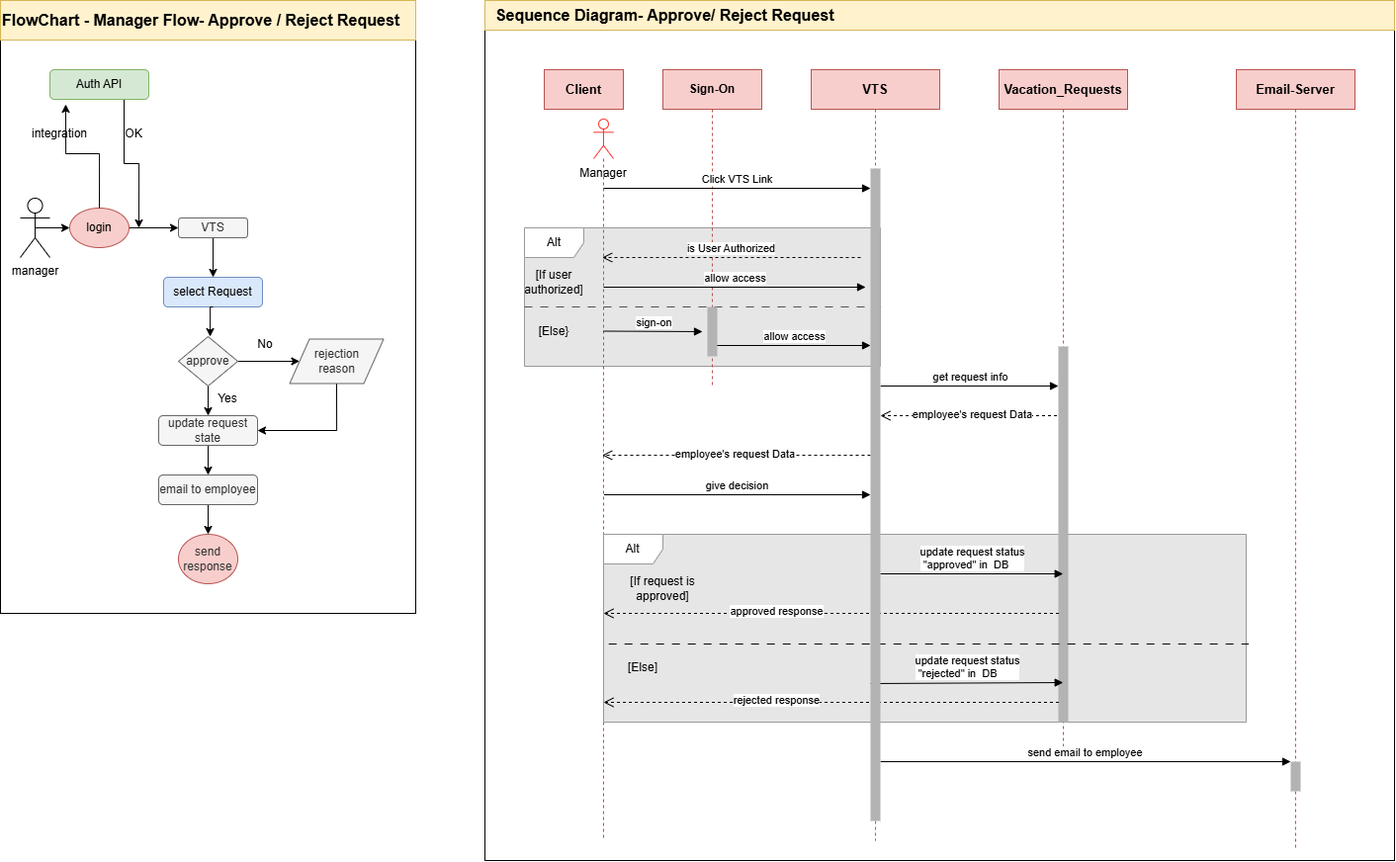
Earlier version of the draw.io export images/VTS-approve request.png (Radwa-Kelany/task1-VTS). Source tidied: cells renumbered, new cells last; positions are measured from the earlier drawing's top-left corner, leaving out a move shared by most shapes.
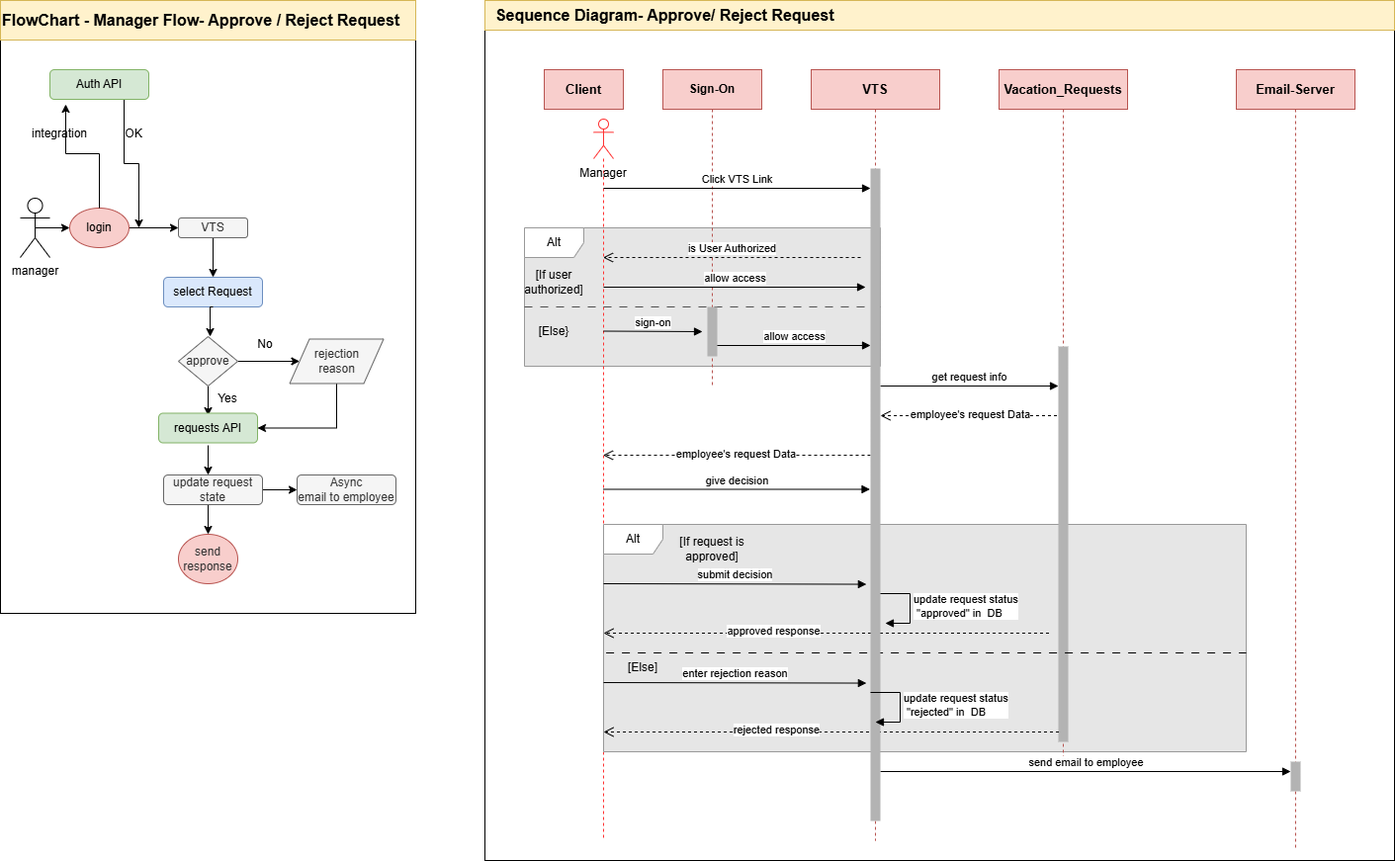
After the commit.

What changed in the source:
```diff
@@ -51,8 +51,10 @@
     <mxCell id="16" value="&lt;b&gt;&lt;font style=&quot;font-size: 16px;&quot;&gt;FlowChart - Manager Flow- Approve / Reject Request&lt;/font&gt;&lt;/b&gt;" style="rounded=0;whiteSpace=wrap;html=1;align=left;fillColor=#fff2cc;strokeColor=#d6b656;" parent="1" vertex="1">
       <mxGeometry width="420" height="40" as="geometry" />
     </mxCell>
-    <mxCell id="17" style="edgeStyle=orthogonalEdgeStyle;rounded=0;jettySize=auto;html=1;exitX=0.5;exitY=1;exitDx=0;exitDy=0;entryX=0.5;entryY=0;entryDx=0;entryDy=0;" parent="1" edge="1" source="19" target="21">
-      <mxGeometry relative="1" as="geometry" />
+    <mxCell id="17" style="edgeStyle=orthogonalEdgeStyle;rounded=0;jettySize=auto;html=1;exitX=0.5;exitY=1;exitDx=0;exitDy=0;entryX=0.5;entryY=0;entryDx=0;entryDy=0;" parent="1" edge="1" source="19">
+      <mxGeometry relative="1" as="geometry">
+        <mxPoint x="210" y="420" as="targetPoint" />
+      </mxGeometry>
     </mxCell>
     <mxCell id="18" style="edgeStyle=orthogonalEdgeStyle;rounded=0;jettySize=auto;html=1;exitX=1;exitY=0.5;exitDx=0;exitDy=0;" parent="1" edge="1" source="19" target="23">
       <mxGeometry relative="1" as="geometry" />
@@ -60,24 +62,23 @@
     <mxCell id="19" value="approve" style="rhombus;whiteSpace=wrap;html=1;fillColor=#f5f5f5;fontColor=#333333;strokeColor=#666666;" parent="1" vertex="1">
       <mxGeometry x="180" y="340" width="60" height="50" as="geometry" />
     </mxCell>
-    <mxCell id="20" style="edgeStyle=orthogonalEdgeStyle;rounded=0;jettySize=auto;html=1;exitX=0.5;exitY=1;exitDx=0;exitDy=0;entryX=0.5;entryY=0;entryDx=0;entryDy=0;" parent="1" edge="1" source="21" target="25">
-      <mxGeometry relative="1" as="geometry" />
+    <mxCell id="20" style="edgeStyle=orthogonalEdgeStyle;rounded=0;orthogonalLoop=1;jettySize=auto;html=1;exitX=0.5;exitY=1;exitDx=0;exitDy=0;entryX=0.5;entryY=0;entryDx=0;entryDy=0;" parent="1" edge="1">
+      <mxGeometry relative="1" as="geometry">
+        <mxPoint x="210" y="450" as="sourcePoint" />
+        <mxPoint x="210" y="480" as="targetPoint" />
+      </mxGeometry>
     </mxCell>
-    <mxCell id="21" value="update request state" style="rounded=1;whiteSpace=wrap;html=1;fillColor=#f5f5f5;fontColor=#333333;strokeColor=#666666;" parent="1" vertex="1">
-      <mxGeometry x="160" y="420" width="100" height="30" as="geometry" />
-    </mxCell>
-    <mxCell id="22" style="edgeStyle=orthogonalEdgeStyle;rounded=0;jettySize=auto;html=1;exitX=0.5;exitY=1;exitDx=0;exitDy=0;entryX=1;entryY=0.5;entryDx=0;entryDy=0;" parent="1" edge="1" source="23" target="21">
-      <mxGeometry relative="1" as="geometry" />
-    </mxCell>
+    <mxCell id="68" style="edgeStyle=orthogonalEdgeStyle;rounded=0;jettySize=auto;html=1;exitX=0.5;exitY=1;exitDx=0;exitDy=0;entryX=1;entryY=0.5;entryDx=0;entryDy=0;" parent="1" edge="1" source="23" target="69">
+      <mxGeometry relative="1" as="geometry" />
+    </mxCell>
     <mxCell id="23" value="&lt;div&gt;rejection&lt;/div&gt;&lt;div&gt;reason&lt;/div&gt;" style="shape=parallelogram;perimeter=parallelogramPerimeter;whiteSpace=wrap;html=1;fixedSize=1;fillColor=#f5f5f5;fontColor=#333333;strokeColor=#666666;" parent="1" vertex="1">
       <mxGeometry x="292.5" y="342.5" width="95" height="45" as="geometry" />
     </mxCell>
-    <mxCell id="24" style="edgeStyle=orthogonalEdgeStyle;rounded=0;jettySize=auto;html=1;exitX=0.5;exitY=1;exitDx=0;exitDy=0;entryX=0.5;entryY=0;entryDx=0;entryDy=0;" parent="1" edge="1" source="25" target="67">
-      <mxGeometry relative="1" as="geometry" />
+    <mxCell id="24" style="edgeStyle=orthogonalEdgeStyle;rounded=0;jettySize=auto;html=1;exitX=0.5;exitY=1;exitDx=0;exitDy=0;entryX=0.5;entryY=0;entryDx=0;entryDy=0;" parent="1" edge="1" target="67">
+      <mxGeometry relative="1" as="geometry">
+        <mxPoint x="210" y="510" as="sourcePoint" />
+      </mxGeometry>
     </mxCell>
-    <mxCell id="25" value="email to employee" style="rounded=1;whiteSpace=wrap;html=1;fillColor=#f5f5f5;fontColor=#333333;strokeColor=#666666;" parent="1" vertex="1">
-      <mxGeometry x="160" y="480" width="100" height="30" as="geometry" />
-    </mxCell>
     <mxCell id="26" value="No" style="text;html=1;whiteSpace=wrap;strokeColor=none;fillColor=none;align=center;verticalAlign=middle;rounded=0;" parent="1" vertex="1">
       <mxGeometry x="242.5" y="342.5" width="50" height="10" as="geometry" />
     </mxCell>
@@ -153,24 +154,27 @@
     </mxCell>
     <mxCell id="45" value="give decision" style="html=1;verticalAlign=bottom;endArrow=block;curved=0;rounded=0;" parent="1" edge="1">
       <mxGeometry relative="1" as="geometry">
-        <mxPoint x="610.5" y="500" as="sourcePoint" />
-        <mxPoint x="880" y="500" as="targetPoint" />
+        <mxPoint x="610" y="494.5" as="sourcePoint" />
+        <mxPoint x="879.5" y="494.5" as="targetPoint" />
       </mxGeometry>
     </mxCell>
     <mxCell id="46" value="Alt" style="shape=umlFrame;whiteSpace=wrap;html=1;fillColor=default;strokeColor=#999999;swimlaneFillColor=#E6E6E6;" parent="1" vertex="1">
-      <mxGeometry x="610" y="540" width="650" height="190" as="geometry" />
+      <mxGeometry x="610" y="530" width="650" height="230" as="geometry" />
     </mxCell>
     <mxCell id="47" value="&lt;b style=&quot;font-size: 13px;&quot;&gt;Vacation_Requests&lt;/b&gt;" style="shape=umlLifeline;perimeter=lifelinePerimeter;whiteSpace=wrap;html=1;outlineConnect=0;portConstraint=eastwest;newEdgeStyle={&quot;curved&quot;:0,&quot;rounded&quot;:0};fillColor=#f8cecc;strokeColor=#b85450;" parent="1" vertex="1">
       <mxGeometry x="1010" y="70" width="130" height="700" as="geometry" />
     </mxCell>
     <mxCell id="48" style="html=1;points=[[0,0,0,0,5],[0,1,0,0,-5],[1,0,0,0,5],[1,1,0,0,-5]];perimeter=orthogonalPerimeter;outlineConnect=0;targetShapes=umlLifeline;portConstraint=eastwest;newEdgeStyle={&quot;curved&quot;:0,&quot;rounded&quot;:0};fillColor=#B3B3B3;fontColor=#333333;strokeColor=none;" parent="47" vertex="1">
-      <mxGeometry x="60" y="280" width="10" height="380" as="geometry" />
+      <mxGeometry x="60" y="280" width="10" height="400" as="geometry" />
     </mxCell>
-    <mxCell id="49" style="endArrow=none;dashed=1;html=1;rounded=0;dashPattern=8 8;strokeColor=#000000;exitX=0.008;exitY=0.584;exitDx=0;exitDy=0;exitPerimeter=0;entryX=1.004;entryY=0.584;entryDx=0;entryDy=0;entryPerimeter=0;" parent="1" edge="1" source="46" target="46">
-      <mxGeometry relative="1" as="geometry" />
+    <mxCell id="49" style="endArrow=none;dashed=1;html=1;rounded=0;dashPattern=8 8;strokeColor=#000000;exitX=0.008;exitY=0.584;exitDx=0;exitDy=0;exitPerimeter=0;entryX=1.004;entryY=0.584;entryDx=0;entryDy=0;entryPerimeter=0;" parent="1" edge="1">
+      <mxGeometry relative="1" as="geometry">
+        <mxPoint x="612.6" y="660" as="sourcePoint" />
+        <mxPoint x="1260" y="660" as="targetPoint" />
+      </mxGeometry>
     </mxCell>
     <mxCell id="50" value="[If request is approved]" style="text;html=1;whiteSpace=wrap;strokeColor=none;fillColor=none;align=center;verticalAlign=middle;rounded=0;" parent="1" vertex="1">
-      <mxGeometry x="610" y="580" width="120" height="30" as="geometry" />
+      <mxGeometry x="660" y="540" width="120" height="30" as="geometry" />
     </mxCell>
     <mxCell id="51" value="[Else]" style="text;html=1;whiteSpace=wrap;strokeColor=none;fillColor=none;align=center;verticalAlign=middle;rounded=0;" parent="1" vertex="1">
       <mxGeometry x="620" y="660" width="60" height="30" as="geometry" />
@@ -181,13 +185,16 @@
     <mxCell id="53" style="html=1;points=[[0,0,0,0,5],[0,1,0,0,-5],[1,0,0,0,5],[1,1,0,0,-5]];perimeter=orthogonalPerimeter;outlineConnect=0;targetShapes=umlLifeline;portConstraint=eastwest;newEdgeStyle={&quot;curved&quot;:0,&quot;rounded&quot;:0};fillColor=#B3B3B3;fontColor=#333333;strokeColor=none;" parent="52" vertex="1">
       <mxGeometry x="55" y="700" width="10" height="30" as="geometry" />
     </mxCell>
-    <mxCell id="54" value="send email to employee" style="html=1;verticalAlign=bottom;endArrow=block;curved=0;rounded=0;" parent="1" edge="1" source="66" target="53">
-      <mxGeometry relative="1" as="geometry" />
+    <mxCell id="54" value="send email to employee" style="html=1;verticalAlign=bottom;endArrow=block;curved=0;rounded=0;" parent="1" edge="1">
+      <mxGeometry relative="1" as="geometry">
+        <mxPoint x="890" y="780" as="sourcePoint" />
+        <mxPoint x="1305" y="780" as="targetPoint" />
+      </mxGeometry>
     </mxCell>
     <mxCell id="55" style="html=1;verticalAlign=bottom;endArrow=open;dashed=1;endSize=8;curved=0;rounded=0;" parent="1" edge="1">
       <mxGeometry relative="1" as="geometry">
-        <mxPoint x="1070.5" y="620" as="sourcePoint" />
-        <mxPoint x="610" y="620" as="targetPoint" />
+        <mxPoint x="1060.5" y="640" as="sourcePoint" />
+        <mxPoint x="610" y="640" as="targetPoint" />
       </mxGeometry>
     </mxCell>
     <mxCell id="56" value="approved response" style="edgeLabel;html=1;align=center;verticalAlign=middle;" parent="55" vertex="1">
@@ -209,22 +216,10 @@
     <mxCell id="60" value="Manager" style="text;html=1;whiteSpace=wrap;strokeColor=none;fillColor=none;align=center;verticalAlign=middle;rounded=0;" parent="1" vertex="1">
       <mxGeometry x="580" y="160" width="60" height="30" as="geometry" />
     </mxCell>
-    <mxCell id="61" value="&lt;span style=&quot;text-align: left;&quot;&gt;update request status&lt;/span&gt;&lt;div style=&quot;text-align: left;&quot;&gt;&amp;nbsp;&quot;approved&quot; in&amp;nbsp; DB&lt;/div&gt;" style="html=1;verticalAlign=bottom;endArrow=block;curved=0;rounded=0;" parent="1" edge="1">
-      <mxGeometry relative="1" as="geometry">
-        <mxPoint x="890" y="580" as="sourcePoint" />
-        <mxPoint x="1074.8" y="580" as="targetPoint" />
-      </mxGeometry>
-    </mxCell>
-    <mxCell id="62" value="&lt;span style=&quot;text-align: left;&quot;&gt;update request status&lt;/span&gt;&lt;div style=&quot;text-align: left;&quot;&gt;&amp;nbsp;&quot;rejected&quot; in&amp;nbsp; DB&lt;/div&gt;" style="html=1;verticalAlign=bottom;endArrow=block;curved=0;rounded=0;" parent="1" edge="1">
-      <mxGeometry relative="1" as="geometry">
-        <mxPoint x="880" y="691" as="sourcePoint" />
-        <mxPoint x="1074.8" y="690" as="targetPoint" />
-      </mxGeometry>
-    </mxCell>
     <mxCell id="63" style="html=1;verticalAlign=bottom;endArrow=open;dashed=1;endSize=8;curved=0;rounded=0;" parent="1" edge="1">
       <mxGeometry relative="1" as="geometry">
-        <mxPoint x="1070.5" y="710" as="sourcePoint" />
-        <mxPoint x="610" y="710" as="targetPoint" />
+        <mxPoint x="1070.5" y="740" as="sourcePoint" />
+        <mxPoint x="610" y="740" as="targetPoint" />
       </mxGeometry>
     </mxCell>
     <mxCell id="64" value="rejected response" style="edgeLabel;html=1;align=center;verticalAlign=middle;" parent="63" vertex="1">
@@ -241,5 +236,49 @@
     <mxCell id="67" value="&lt;span style=&quot;color: rgb(51, 51, 51);&quot;&gt;send&lt;/span&gt;&lt;div style=&quot;color: rgb(51, 51, 51);&quot;&gt;response&lt;/div&gt;" style="ellipse;whiteSpace=wrap;html=1;fillColor=#f8cecc;strokeColor=#b85450;" parent="1" vertex="1">
       <mxGeometry x="180" y="540" width="60" height="50" as="geometry" />
     </mxCell>
+    <mxCell id="69" value="requests API" style="rounded=1;whiteSpace=wrap;html=1;fillColor=#d5e8d4;strokeColor=#82b366;" parent="1" vertex="1">
+      <mxGeometry x="160" y="417.5" width="100" height="30" as="geometry" />
+    </mxCell>
+    <mxCell id="70" style="edgeStyle=orthogonalEdgeStyle;rounded=0;jettySize=auto;html=1;exitX=1;exitY=0.5;exitDx=0;exitDy=0;entryX=0;entryY=0.5;entryDx=0;entryDy=0;" parent="1" edge="1" source="21" target="71">
+      <mxGeometry relative="1" as="geometry" />
+    </mxCell>
+    <mxCell id="21" value="update request state" style="rounded=1;whiteSpace=wrap;html=1;fillColor=#f5f5f5;fontColor=#333333;strokeColor=#666666;" parent="1" vertex="1">
+      <mxGeometry x="165" y="480" width="100" height="30" as="geometry" />
+    </mxCell>
+    <mxCell id="71" value="Async&lt;div&gt;email to employee&lt;/div&gt;" style="rounded=1;whiteSpace=wrap;html=1;fillColor=#f5f5f5;fontColor=#333333;strokeColor=#666666;" parent="1" vertex="1">
+      <mxGeometry x="300" y="480" width="100" height="30" as="geometry" />
+    </mxCell>
+    <mxCell id="72" value="submit decision" style="html=1;verticalAlign=bottom;endArrow=block;curved=0;rounded=0;exitX=0.006;exitY=0.126;exitDx=0;exitDy=0;exitPerimeter=0;" parent="1" edge="1">
+      <mxGeometry relative="1" as="geometry">
+        <mxPoint x="610" y="590" as="sourcePoint" />
+        <mxPoint x="875.9" y="590.6" as="targetPoint" />
+      </mxGeometry>
+    </mxCell>
+    <mxCell id="61" value="update request status&lt;div&gt;&amp;nbsp;&quot;approved&quot; in&amp;nbsp; DB&lt;/div&gt;" style="html=1;align=left;spacingLeft=2;endArrow=block;rounded=0;edgeStyle=orthogonalEdgeStyle;curved=0;rounded=0;" parent="1" edge="1">
+      <mxGeometry x="0.01" relative="1" as="geometry">
+        <mxPoint x="890" y="600" as="sourcePoint" />
+        <mxPoint x="895" y="630" as="targetPoint" />
+        <Array as="points">
+          <mxPoint x="920" y="600" />
+          <mxPoint x="920" y="630" />
+        </Array>
+      </mxGeometry>
+    </mxCell>
+    <mxCell id="73" value="enter rejection reason" style="html=1;verticalAlign=bottom;endArrow=block;curved=0;rounded=0;exitX=0.006;exitY=0.126;exitDx=0;exitDy=0;exitPerimeter=0;" parent="1" edge="1">
+      <mxGeometry relative="1" as="geometry">
+        <mxPoint x="610" y="690" as="sourcePoint" />
+        <mxPoint x="875.8" y="690.6" as="targetPoint" />
+      </mxGeometry>
+    </mxCell>
+    <mxCell id="62" value="update request status&lt;div&gt;&amp;nbsp;&quot;rejected&quot; in&amp;nbsp; DB&lt;/div&gt;" style="html=1;align=left;spacingLeft=2;endArrow=block;rounded=0;edgeStyle=orthogonalEdgeStyle;curved=0;rounded=0;" parent="1" edge="1">
+      <mxGeometry x="0.01" relative="1" as="geometry">
+        <mxPoint x="880" y="700" as="sourcePoint" />
+        <mxPoint x="885" y="730" as="targetPoint" />
+        <Array as="points">
+          <mxPoint x="910" y="700" />
+          <mxPoint x="910" y="730" />
+        </Array>
+      </mxGeometry>
+    </mxCell>
   </root>
 </mxGraphModel>
```
